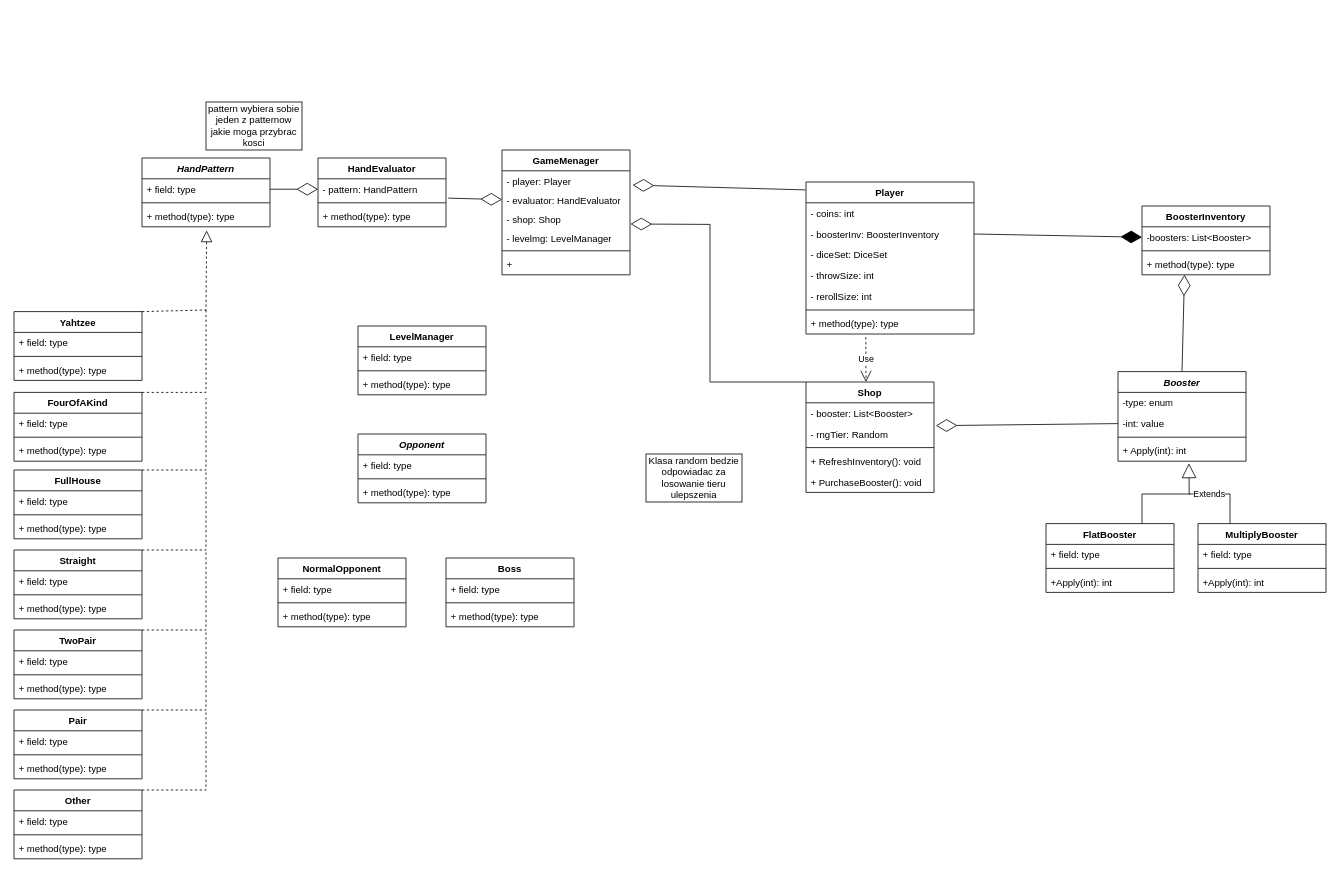
This is DiceGame.drawio from kcprlal/DiceGame, a draw.io file, before an edit. Source tidied: cells renumbered, new cells numbered last; positions are measured from the earlier drawing's top-left corner, leaving out a move shared by most shapes. Both pictures are drawn from the tidied source at 80%, with x=0, y=0 at pixel (14, 102).
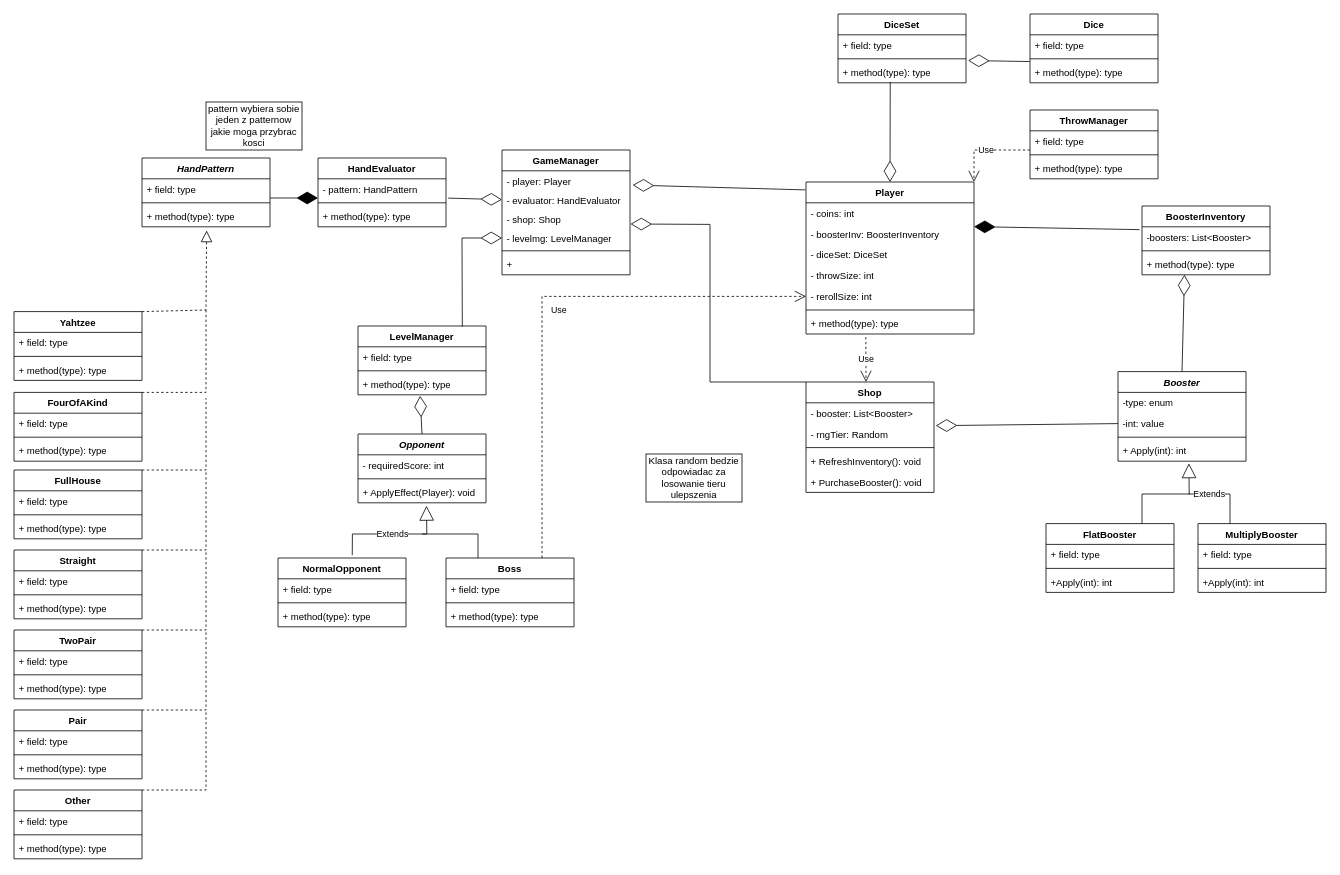
The same page after the edit.

The change refers to these unchanged cells:
```xml
<mxCell id="6" value="- levelmg: LevelManager&lt;div&gt;&lt;br&gt;&lt;/div&gt;" style="text;strokeColor=none;fillColor=none;align=left;verticalAlign=top;spacingLeft=4;spacingRight=4;overflow=hidden;points=[[0,0.5],[1,0.5]];portConstraint=eastwest;whiteSpace=wrap;html=1;" parent="2" vertex="1">
  <mxGeometry y="98" width="160" height="24" as="geometry" />
</mxCell>
<mxCell id="9" value="Player" style="swimlane;fontStyle=1;align=center;verticalAlign=top;horizontal=1;startSize=26;whiteSpace=wrap;html=1;" parent="1" vertex="1">
  <mxGeometry x="990" y="100" width="210" height="190" as="geometry" />
</mxCell>
<mxCell id="11" value="- boosterInv: BoosterInventory" style="text;strokeColor=none;fillColor=none;align=left;verticalAlign=top;spacingLeft=4;spacingRight=4;overflow=hidden;points=[[0,0.5],[1,0.5]];portConstraint=eastwest;whiteSpace=wrap;html=1;" parent="9" vertex="1">
  <mxGeometry y="52" width="210" height="26" as="geometry" />
</mxCell>
<mxCell id="14" value="- rerollSize: int" style="text;strokeColor=none;fillColor=none;align=left;verticalAlign=top;spacingLeft=4;spacingRight=4;overflow=hidden;points=[[0,0.5],[1,0.5]];portConstraint=eastwest;whiteSpace=wrap;html=1;" parent="9" vertex="1">
  <mxGeometry y="130" width="210" height="26" as="geometry" />
</mxCell>
<mxCell id="19" value="-boosters: List&amp;lt;Booster&amp;gt;" style="text;strokeColor=none;fillColor=none;align=left;verticalAlign=top;spacingLeft=4;spacingRight=4;overflow=hidden;points=[[0,0.5],[1,0.5]];portConstraint=eastwest;whiteSpace=wrap;html=1;" parent="18" vertex="1">
  <mxGeometry y="26" width="160" height="26" as="geometry" />
</mxCell>
<mxCell id="49" value="- pattern: HandPattern" style="text;strokeColor=none;fillColor=none;align=left;verticalAlign=top;spacingLeft=4;spacingRight=4;overflow=hidden;points=[[0,0.5],[1,0.5]];portConstraint=eastwest;whiteSpace=wrap;html=1;" parent="48" vertex="1">
  <mxGeometry y="26" width="160" height="26" as="geometry" />
</mxCell>
<mxCell id="55" value="+ field: type" style="text;strokeColor=none;fillColor=none;align=left;verticalAlign=top;spacingLeft=4;spacingRight=4;overflow=hidden;points=[[0,0.5],[1,0.5]];portConstraint=eastwest;whiteSpace=wrap;html=1;" parent="54" vertex="1">
  <mxGeometry y="26" width="160" height="26" as="geometry" />
</mxCell>
<mxCell id="94" value="LevelManager" style="swimlane;fontStyle=1;align=center;verticalAlign=top;horizontal=1;startSize=26;whiteSpace=wrap;html=1;" parent="1" vertex="1">
  <mxGeometry x="430" y="280" width="160" height="86" as="geometry" />
</mxCell>
<mxCell id="97" value="+ method(type): type" style="text;strokeColor=none;fillColor=none;align=left;verticalAlign=top;spacingLeft=4;spacingRight=4;overflow=hidden;points=[[0,0.5],[1,0.5]];portConstraint=eastwest;whiteSpace=wrap;html=1;" parent="94" vertex="1">
  <mxGeometry y="60" width="160" height="26" as="geometry" />
</mxCell>
<mxCell id="98" value="&lt;i&gt;Opponent&lt;/i&gt;" style="swimlane;fontStyle=1;align=center;verticalAlign=top;horizontal=1;startSize=26;whiteSpace=wrap;html=1;" parent="1" vertex="1">
  <mxGeometry x="430" y="415" width="160" height="86" as="geometry" />
</mxCell>
<mxCell id="103" value="NormalOpponent" style="swimlane;fontStyle=1;align=center;verticalAlign=top;horizontal=1;startSize=26;whiteSpace=wrap;html=1;" parent="1" vertex="1">
  <mxGeometry x="330" y="570" width="160" height="86" as="geometry" />
</mxCell>
<mxCell id="107" value="Boss" style="swimlane;fontStyle=1;align=center;verticalAlign=top;horizontal=1;startSize=26;whiteSpace=wrap;html=1;" parent="1" vertex="1">
  <mxGeometry x="540" y="570" width="160" height="86" as="geometry" />
</mxCell>
```

What changed in the source:
```diff
@@
-    <mxCell id="2" value="GameMenager" style="swimlane;fontStyle=1;align=center;verticalAlign=top;horizontal=1;startSize=26;whiteSpace=wrap;html=1;" parent="1" vertex="1">
+    <mxCell id="2" value="GameManager" style="swimlane;fontStyle=1;align=center;verticalAlign=top;horizontal=1;startSize=26;whiteSpace=wrap;html=1;" parent="1" vertex="1">
       <mxGeometry x="610" y="60" width="160" height="156" as="geometry" />
     </mxCell>
@@
-    <mxCell id="22" style="endArrow=diamondThin;endFill=1;endSize=24;html=1;rounded=0;exitX=1;exitY=0.5;exitDx=0;exitDy=0;entryX=0;entryY=0.5;entryDx=0;entryDy=0;" parent="1" edge="1" source="11" target="19">
-      <mxGeometry relative="1" as="geometry" />
-    </mxCell>
@@
-    <mxCell id="58" style="endArrow=diamondThin;endFill=0;endSize=24;html=1;rounded=0;exitX=1;exitY=0.5;exitDx=0;exitDy=0;entryX=0;entryY=0.5;entryDx=0;entryDy=0;" parent="1" edge="1" source="55" target="49">
-      <mxGeometry relative="1" as="geometry" />
-    </mxCell>
@@
-    <mxCell id="99" value="+ field: type" style="text;strokeColor=none;fillColor=none;align=left;verticalAlign=top;spacingLeft=4;spacingRight=4;overflow=hidden;whiteSpace=wrap;html=1;" parent="98" vertex="1">
+    <mxCell id="99" value="- requiredScore: int" style="text;strokeColor=none;fillColor=none;align=left;verticalAlign=top;spacingLeft=4;spacingRight=4;overflow=hidden;whiteSpace=wrap;html=1;" parent="98" vertex="1">
       <mxGeometry y="26" width="160" height="26" as="geometry" />
     </mxCell>
@@
-    <mxCell id="101" value="+ method(type): type" style="text;strokeColor=none;fillColor=none;align=left;verticalAlign=top;spacingLeft=4;spacingRight=4;overflow=hidden;points=[[0,0.5],[1,0.5]];portConstraint=eastwest;whiteSpace=wrap;html=1;" parent="98" vertex="1">
+    <mxCell id="101" value="+ ApplyEffect(Player): void" style="text;strokeColor=none;fillColor=none;align=left;verticalAlign=top;spacingLeft=4;spacingRight=4;overflow=hidden;points=[[0,0.5],[1,0.5]];portConstraint=eastwest;whiteSpace=wrap;html=1;" parent="98" vertex="1">
       <mxGeometry y="60" width="160" height="26" as="geometry" />
     </mxCell>
@@
+    <mxCell id="111" value="Use" style="endArrow=open;endSize=12;dashed=1;html=1;rounded=0;entryX=0;entryY=0.5;entryDx=0;entryDy=0;" parent="107" edge="1" target="14">
+      <mxGeometry x="0.06" y="-17" relative="1" as="geometry">
+        <mxPoint x="120" as="sourcePoint" />
+        <Array as="points">
+          <mxPoint x="120" y="-327" />
+        </Array>
+      </mxGeometry>
+    </mxCell>
@@
+    <mxCell id="112" value="DiceSet" style="swimlane;fontStyle=1;align=center;verticalAlign=top;horizontal=1;startSize=26;whiteSpace=wrap;html=1;" parent="1" vertex="1">
+      <mxGeometry x="1030" y="-110" width="160" height="86" as="geometry" />
+    </mxCell>
+    <mxCell id="113" value="+ field: type" style="text;strokeColor=none;fillColor=none;align=left;verticalAlign=top;spacingLeft=4;spacingRight=4;overflow=hidden;whiteSpace=wrap;html=1;" parent="112" vertex="1">
+      <mxGeometry y="26" width="160" height="26" as="geometry" />
+    </mxCell>
+    <mxCell id="114" style="line;strokeWidth=1;fillColor=none;align=left;verticalAlign=middle;spacingTop=-1;spacingLeft=3;spacingRight=3;labelPosition=right;strokeColor=inherit;" parent="112" vertex="1">
+      <mxGeometry y="52" width="160" height="8" as="geometry" />
+    </mxCell>
+    <mxCell id="115" value="+ method(type): type" style="text;strokeColor=none;fillColor=none;align=left;verticalAlign=top;spacingLeft=4;spacingRight=4;overflow=hidden;points=[[0,0.5],[1,0.5]];portConstraint=eastwest;whiteSpace=wrap;html=1;" parent="112" vertex="1">
+      <mxGeometry y="60" width="160" height="26" as="geometry" />
+    </mxCell>
+    <mxCell id="116" value="Dice" style="swimlane;fontStyle=1;align=center;verticalAlign=top;horizontal=1;startSize=26;whiteSpace=wrap;html=1;" parent="1" vertex="1">
+      <mxGeometry x="1270" y="-110" width="160" height="86" as="geometry" />
+    </mxCell>
+    <mxCell id="117" value="+ field: type" style="text;strokeColor=none;fillColor=none;align=left;verticalAlign=top;spacingLeft=4;spacingRight=4;overflow=hidden;whiteSpace=wrap;html=1;" parent="116" vertex="1">
+      <mxGeometry y="26" width="160" height="26" as="geometry" />
+    </mxCell>
+    <mxCell id="118" style="line;strokeWidth=1;fillColor=none;align=left;verticalAlign=middle;spacingTop=-1;spacingLeft=3;spacingRight=3;labelPosition=right;strokeColor=inherit;" parent="116" vertex="1">
+      <mxGeometry y="52" width="160" height="8" as="geometry" />
+    </mxCell>
+    <mxCell id="119" value="+ method(type): type" style="text;strokeColor=none;fillColor=none;align=left;verticalAlign=top;spacingLeft=4;spacingRight=4;overflow=hidden;points=[[0,0.5],[1,0.5]];portConstraint=eastwest;whiteSpace=wrap;html=1;" parent="116" vertex="1">
+      <mxGeometry y="60" width="160" height="26" as="geometry" />
+    </mxCell>
+    <mxCell id="120" style="endArrow=diamondThin;endFill=0;endSize=24;html=1;rounded=0;exitX=0.815;exitY=0.009;exitDx=0;exitDy=0;exitPerimeter=0;entryX=0;entryY=0.5;entryDx=0;entryDy=0;" parent="1" edge="1" source="94" target="6">
+      <mxGeometry relative="1" as="geometry">
+        <Array as="points">
+          <mxPoint x="560" y="170" />
+        </Array>
+      </mxGeometry>
+    </mxCell>
+    <mxCell id="121" value="Extends" style="endArrow=block;endSize=16;endFill=0;html=1;rounded=0;exitX=0.58;exitY=-0.04;exitDx=0;exitDy=0;exitPerimeter=0;entryX=0.535;entryY=1.144;entryDx=0;entryDy=0;entryPerimeter=0;" parent="1" edge="1" source="103" target="101">
+      <mxGeometry relative="1" as="geometry">
+        <Array as="points">
+          <mxPoint x="423" y="540" />
+          <mxPoint x="516" y="540" />
+        </Array>
+      </mxGeometry>
+    </mxCell>
+    <mxCell id="122" style="endArrow=none;html=1;rounded=0;exitX=0.25;exitY=0;exitDx=0;exitDy=0;" parent="1" edge="1" source="107">
+      <mxGeometry relative="1" as="geometry">
+        <mxPoint x="510" y="540" as="targetPoint" />
+        <Array as="points">
+          <mxPoint x="580" y="540" />
+        </Array>
+      </mxGeometry>
+    </mxCell>
+    <mxCell id="123" style="endArrow=diamondThin;endFill=0;endSize=24;html=1;rounded=0;exitX=0.5;exitY=0;exitDx=0;exitDy=0;entryX=0.485;entryY=1.051;entryDx=0;entryDy=0;entryPerimeter=0;" parent="1" edge="1" source="98" target="97">
+      <mxGeometry relative="1" as="geometry" />
+    </mxCell>
+    <mxCell id="124" style="endArrow=diamondThin;endFill=0;endSize=24;html=1;rounded=0;entryX=0.5;entryY=0;entryDx=0;entryDy=0;exitX=0.408;exitY=0.963;exitDx=0;exitDy=0;exitPerimeter=0;" parent="1" edge="1" source="115" target="9">
+      <mxGeometry relative="1" as="geometry" />
+    </mxCell>
+    <mxCell id="125" style="endArrow=diamondThin;endFill=0;endSize=24;html=1;rounded=0;exitX=-0.004;exitY=-0.022;exitDx=0;exitDy=0;exitPerimeter=0;entryX=1.016;entryY=-0.071;entryDx=0;entryDy=0;entryPerimeter=0;" parent="1" edge="1" source="119" target="115">
+      <mxGeometry relative="1" as="geometry" />
+    </mxCell>
+    <mxCell id="126" value="ThrowManager" style="swimlane;fontStyle=1;align=center;verticalAlign=top;horizontal=1;startSize=26;whiteSpace=wrap;html=1;" parent="1" vertex="1">
+      <mxGeometry x="1270" y="10" width="160" height="86" as="geometry" />
+    </mxCell>
+    <mxCell id="127" value="+ field: type" style="text;strokeColor=none;fillColor=none;align=left;verticalAlign=top;spacingLeft=4;spacingRight=4;overflow=hidden;whiteSpace=wrap;html=1;" parent="126" vertex="1">
+      <mxGeometry y="26" width="160" height="26" as="geometry" />
+    </mxCell>
+    <mxCell id="128" value="Use" style="endArrow=open;endSize=12;dashed=1;html=1;rounded=0;entryX=1;entryY=0;entryDx=0;entryDy=0;" parent="126" edge="1" target="9">
+      <mxGeometry relative="1" as="geometry">
+        <mxPoint y="50" as="sourcePoint" />
+        <Array as="points">
+          <mxPoint x="-70" y="50" />
+        </Array>
+      </mxGeometry>
+    </mxCell>
+    <mxCell id="129" style="line;strokeWidth=1;fillColor=none;align=left;verticalAlign=middle;spacingTop=-1;spacingLeft=3;spacingRight=3;labelPosition=right;strokeColor=inherit;" parent="126" vertex="1">
+      <mxGeometry y="52" width="160" height="8" as="geometry" />
+    </mxCell>
+    <mxCell id="130" value="+ method(type): type" style="text;strokeColor=none;fillColor=none;align=left;verticalAlign=top;spacingLeft=4;spacingRight=4;overflow=hidden;whiteSpace=wrap;html=1;" parent="126" vertex="1">
+      <mxGeometry y="60" width="160" height="26" as="geometry" />
+    </mxCell>
+    <mxCell id="22" style="endArrow=diamondThin;endFill=1;endSize=24;html=1;rounded=0;exitX=-0.018;exitY=0.137;exitDx=0;exitDy=0;entryX=1;entryY=0.145;entryDx=0;entryDy=0;entryPerimeter=0;exitPerimeter=0;" parent="1" edge="1" source="19" target="11">
+      <mxGeometry relative="1" as="geometry" />
+    </mxCell>
+    <mxCell id="131" style="endArrow=diamondThin;endFill=1;endSize=24;html=1;rounded=0;" parent="1" edge="1">
+      <mxGeometry relative="1" as="geometry">
+        <mxPoint x="320" y="120" as="sourcePoint" />
+        <mxPoint x="380" y="120" as="targetPoint" />
+      </mxGeometry>
+    </mxCell>
```
